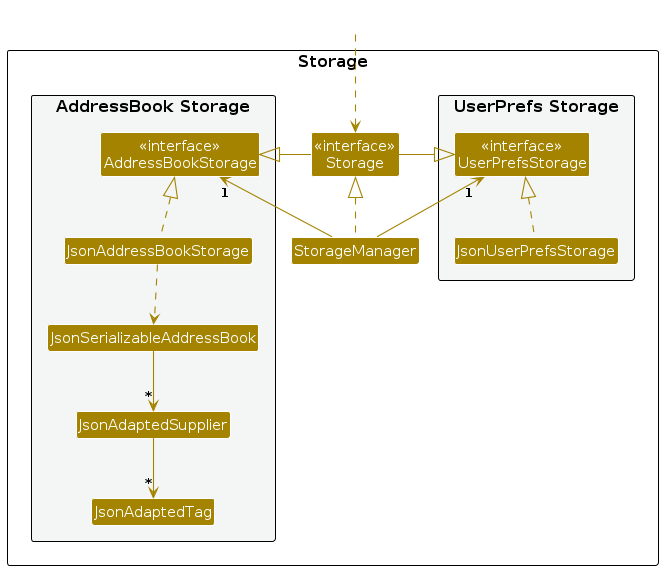
AY2425S1-CS2103T-T17-3/tp keeps this PlantUML diagram as diagrams/StorageClassDiagram.png. Above is the earlier version. Its source is kept beside it as diagrams/StorageClassDiagram.puml.
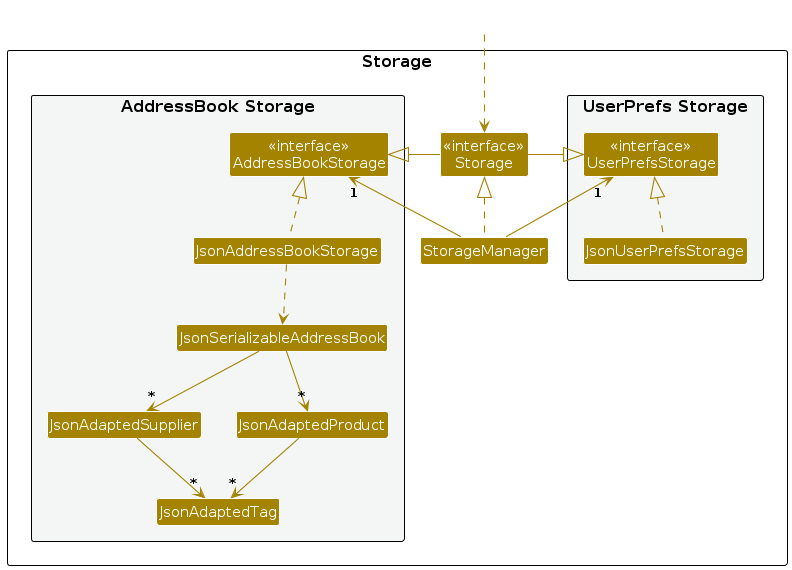
After the commit.

Diff of the diagram source:
```diff
@@ -19,6 +19,7 @@
 Class JsonAddressBookStorage
 Class JsonSerializableAddressBook
 Class JsonAdaptedSupplier
+Class JsonAdaptedProduct
 Class JsonAdaptedTag
 }
 
@@ -38,6 +39,8 @@
 JsonAddressBookStorage .up.|> AddressBookStorage
 JsonAddressBookStorage ..> JsonSerializableAddressBook
 JsonSerializableAddressBook --> "*" JsonAdaptedSupplier
+JsonSerializableAddressBook --> "*" JsonAdaptedProduct
 JsonAdaptedSupplier --> "*" JsonAdaptedTag
+JsonAdaptedProduct --> "*" JsonAdaptedTag
 
 @enduml
```
